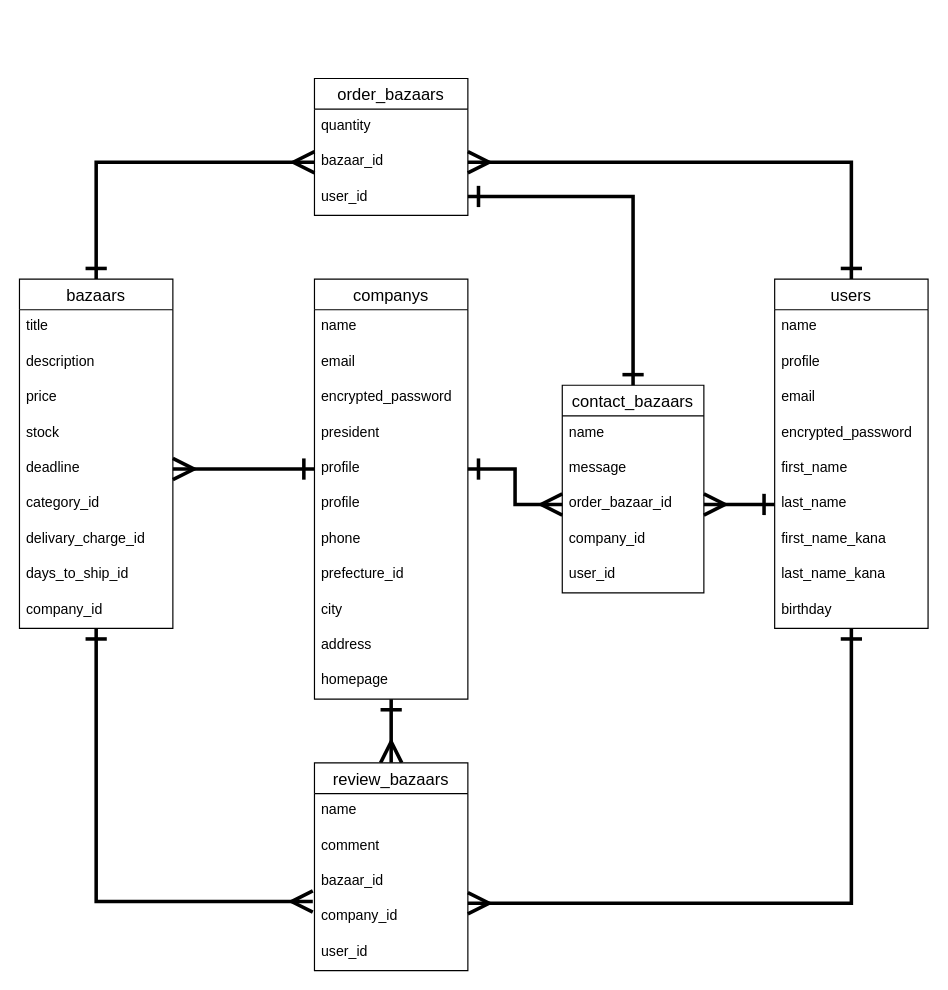
Earlier version of the draw.io diagram DB_ER_Buzaar.dio (Sashimi0343/losstop). Source tidied: cells renumbered, new cells numbered last; positions are measured from the earlier drawing's top-left corner, leaving out a move shared by most shapes. Both pictures are drawn from the tidied source at 118%, with x=0, y=0 at pixel (19, 78).
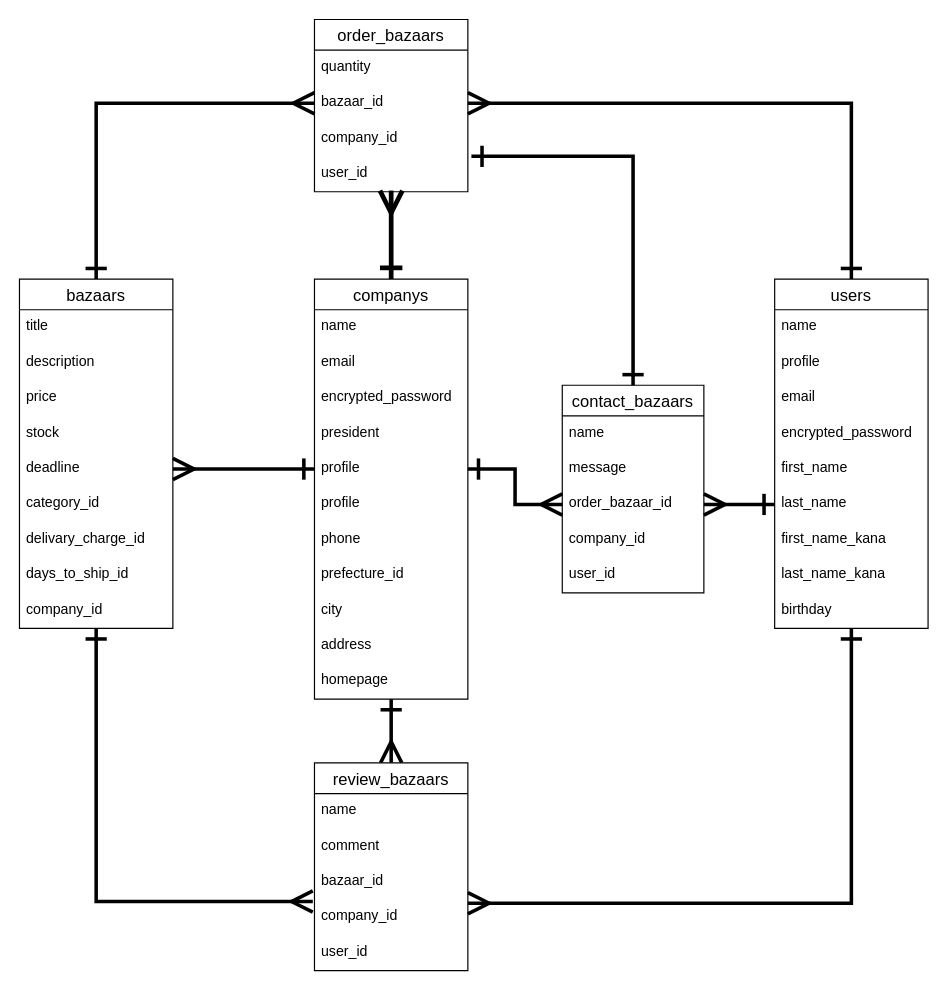
Above is the later version.

Unchanged cells that the change refers to:
```xml
<mxCell id="3" value="companys" style="swimlane;fontStyle=0;horizontal=1;startSize=26;align=center;fontSize=14;" parent="1" vertex="1">
  <mxGeometry x="250" y="170" width="130" height="356" as="geometry" />
</mxCell>
<mxCell id="15" value="contact_bazaars" style="swimlane;fontStyle=0;horizontal=1;startSize=26;align=center;fontSize=14;" parent="1" vertex="1">
  <mxGeometry x="460" y="260" width="120" height="176" as="geometry" />
</mxCell>
```

Diff of the diagram source:
```diff
@@
+    <mxCell id="59" style="edgeStyle=orthogonalEdgeStyle;rounded=0;jettySize=auto;html=1;entryX=0.5;entryY=0.967;entryDx=0;entryDy=0;entryPerimeter=0;strokeWidth=4;endSize=14;startSize=14;startArrow=ERone;startFill=0;endArrow=ERmany;endFill=0;" parent="1" edge="1" source="3" target="60">
+      <mxGeometry relative="1" as="geometry" />
+    </mxCell>
@@
-    <mxCell id="39" style="edgeStyle=orthogonalEdgeStyle;rounded=0;jettySize=auto;html=1;entryX=0.5;entryY=0;entryDx=0;entryDy=0;startArrow=ERone;startFill=0;endArrow=ERone;endFill=0;strokeWidth=3;endSize=14;startSize=14;" parent="1" edge="1" source="40" target="15">
+    <mxCell id="39" style="edgeStyle=orthogonalEdgeStyle;rounded=0;jettySize=auto;html=1;entryX=0.5;entryY=0;entryDx=0;entryDy=0;startArrow=ERone;startFill=0;endArrow=ERone;endFill=0;strokeWidth=3;endSize=14;startSize=14;exitX=1.023;exitY=0;exitDx=0;exitDy=0;exitPerimeter=0;" parent="1" edge="1" source="60" target="15">
       <mxGeometry relative="1" as="geometry">
         <Array as="points">
-          <mxPoint x="520" y="100" />
+          <mxPoint x="520" y="66" />
         </Array>
       </mxGeometry>
     </mxCell>
     <mxCell id="40" value="order_bazaars" style="swimlane;fontStyle=0;horizontal=1;startSize=26;align=center;fontSize=14;" parent="1" vertex="1">
-      <mxGeometry x="250" width="130" height="116" as="geometry" />
+      <mxGeometry x="250" y="-50" width="130" height="146" as="geometry" />
     </mxCell>
@@
-    <mxCell id="43" value="user_id" style="text;strokeColor=none;fillColor=none;spacingLeft=4;spacingRight=4;overflow=hidden;fontSize=12;" parent="40" vertex="1">
+    <mxCell id="43" value="company_id" style="text;strokeColor=none;fillColor=none;spacingLeft=4;spacingRight=4;overflow=hidden;fontSize=12;" parent="40" vertex="1">
       <mxGeometry y="86" width="130" height="30" as="geometry" />
     </mxCell>
+    <mxCell id="60" value="user_id" style="text;strokeColor=none;fillColor=none;spacingLeft=4;spacingRight=4;overflow=hidden;points=[[0,0.5],[1,0.5]];portConstraint=eastwest;fontSize=12;" parent="40" vertex="1">
+      <mxGeometry y="116" width="130" height="30" as="geometry" />
+    </mxCell>
```
